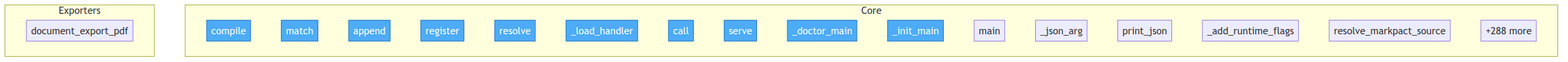
The Mermaid diagram project/flow.png in tellmesh/urisys, before a commit. Its source is kept beside it as project/flow.mmd.
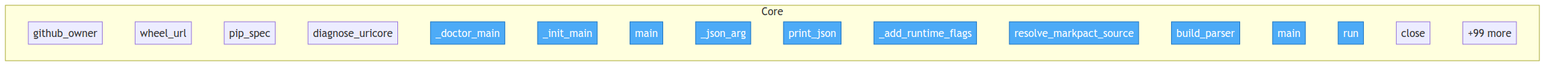
After the commit.

Diff of the diagram source:
```diff
@@ -3,14 +3,10 @@
     classDef entry fill:#4dabf7,stroke:#1971c2,color:#fff
 
     subgraph Core
-        packages__python__urisysedge__runtime__Route__compile["compile"]
-        packages__python__urisysedge__runtime__Route__match["match"]
-        packages__python__urisysedge__runtime__JsonlEventStore__append["append"]
-        packages__python__urisysedge__runtime__Runtime__register["register"]
-        packages__python__urisysedge__runtime__Runtime__resolve["resolve"]
-        packages__python__urisysedge__runtime__Runtime___load_handler["_load_handler"]
-        packages__python__urisysedge__runtime__Runtime__call["call"]
-        packages__python__urisysedge__runtime__serve["serve"]
+        src__urisys__uricore_install__github_owner["github_owner"]
+        src__urisys__uricore_install__wheel_url["wheel_url"]
+        src__urisys__uricore_install__pip_spec["pip_spec"]
+        src__urisys__uricore_install__diagnose_uricore["diagnose_uricore"]
         src__urisys__bootstrap___doctor_main["_doctor_main"]
         src__urisys__bootstrap___init_main["_init_main"]
         src__urisys__bootstrap__main["main"]
@@ -18,11 +14,11 @@
         src__urisys__cli__print_json["print_json"]
         src__urisys__cli___add_runtime_flags["_add_runtime_flags"]
         src__urisys__cli__resolve_markpact_source["resolve_markpact_source"]
-        ...["+288 more"]
+        src__urisys__cli__build_parser["build_parser"]
+        src__urisys__cli__main["main"]
+        src__urisys__controllers__flow_controller__FlowController__run["run"]
+        src__urisys__controllers__flow_controller__FlowController__close["close"]
+        ...["+99 more"]
     end
 
-    subgraph Exporters
-        urikvm_docker__packages__python__urioffice__handlers__document_export_pdf["document_export_pdf"]
-    end
-
-    class packages__python__urisysedge__runtime__Route__compile,packages__python__urisysedge__runtime__Route__match,packages__python__urisysedge__runtime__JsonlEventStore__append,packages__python__urisysedge__runtime__Runtime__register,packages__python__urisysedge__runtime__Runtime__resolve,packages__python__urisysedge__runtime__Runtime___load_handler,packages__python__urisysedge__runtime__Runtime__call,packages__python__urisysedge__runtime__serve,src__urisys__bootstrap___doctor_main,src__urisys__bootstrap___init_main entry
+    class src__urisys__bootstrap___doctor_main,src__urisys__bootstrap___init_main,src__urisys__bootstrap__main,src__urisys__cli___json_arg,src__urisys__cli__print_json,src__urisys__cli___add_runtime_flags,src__urisys__cli__resolve_markpact_source,src__urisys__cli__build_parser,src__urisys__cli__main,src__urisys__controllers__flow_controller__FlowController__run entry
```
